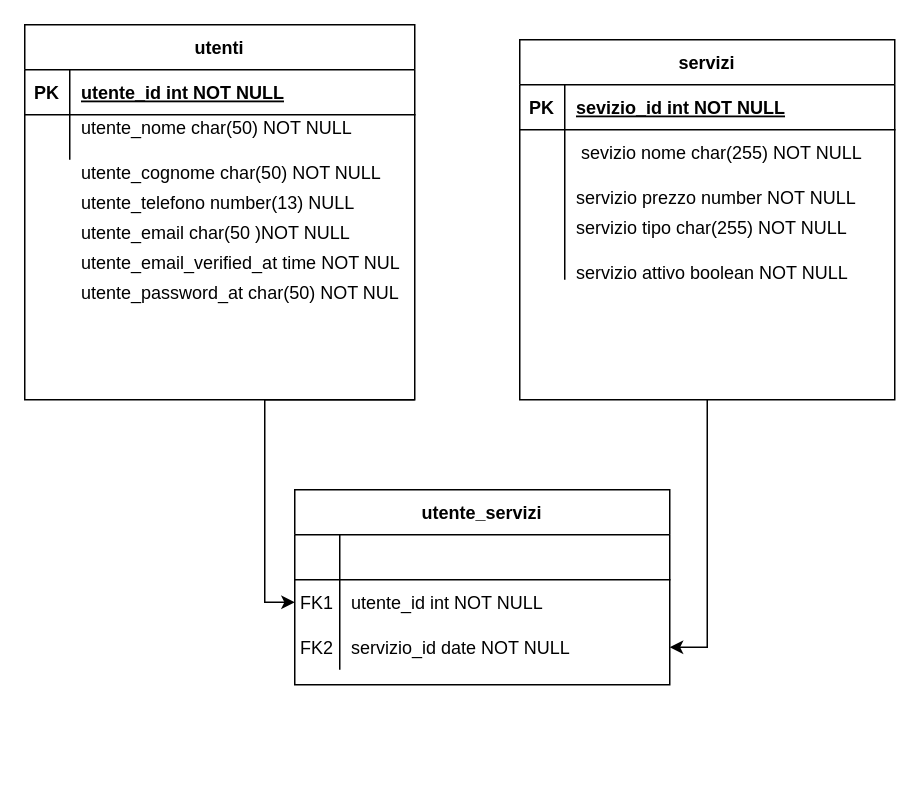
muhammadawais764/laravel_progetto keeps this draw.io diagram as laravel progetto.drawio. Above is the earlier version. Source tidied: cells renumbered, new cells numbered last; positions are measured from the earlier drawing's top-left corner, leaving out a move shared by most shapes. Both pictures are drawn from the tidied source at 150%, with x=0, y=0 at pixel (24, 24).
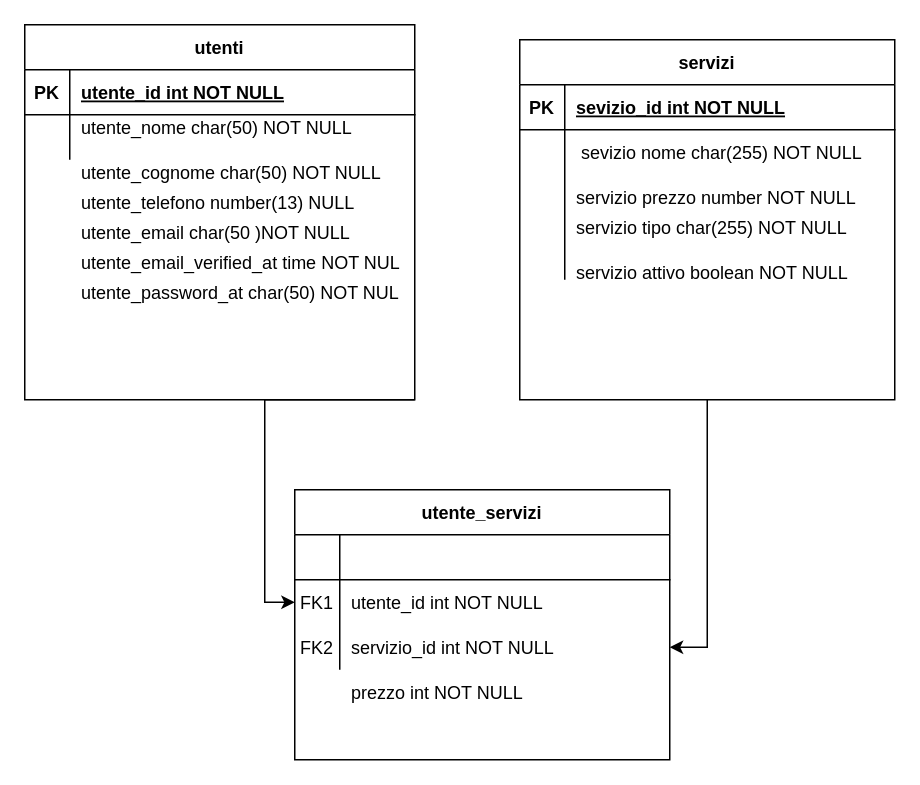
Above is the later version.

Unchanged cells that the change refers to:
```xml
<mxCell id="20" style="shape=partialRectangle;fillColor=none;points=[[0,0.5],[1,0.5]];portConstraint=eastwest;top=0;left=0;right=0;bottom=0;" parent="13" vertex="1">
  <mxGeometry y="90" width="250" height="30" as="geometry" />
</mxCell>
```

The edit, as a diff of the source:
```diff
@@
     <mxCell id="13" value="utente_servizi" style="shape=table;startSize=30;childLayout=tableLayout;rowLines=0;fontStyle=1;align=center;" parent="1" vertex="1">
-      <mxGeometry x="180" y="310" width="250" height="130" as="geometry" />
+      <mxGeometry x="180" y="310" width="250" height="180" as="geometry" />
     </mxCell>
@@
-    <mxCell id="22" value="servizio_id date NOT NULL" style="shape=partialRectangle;overflow=hidden;fillColor=none;top=0;left=0;bottom=0;right=0;align=left;spacingLeft=6;" parent="20" vertex="1">
+    <mxCell id="22" value="servizio_id int NOT NULL" style="shape=partialRectangle;overflow=hidden;fillColor=none;top=0;left=0;bottom=0;right=0;align=left;spacingLeft=6;" parent="20" vertex="1">
       <mxGeometry x="30" width="220" height="30" as="geometry" />
     </mxCell>
@@
+    <mxCell id="42" value="prezzo int NOT NULL" style="shape=partialRectangle;overflow=hidden;fillColor=none;top=0;left=0;bottom=0;right=0;align=left;spacingLeft=6;" parent="1" vertex="1">
+      <mxGeometry x="210" y="430" width="220" height="30" as="geometry" />
+    </mxCell>
```
